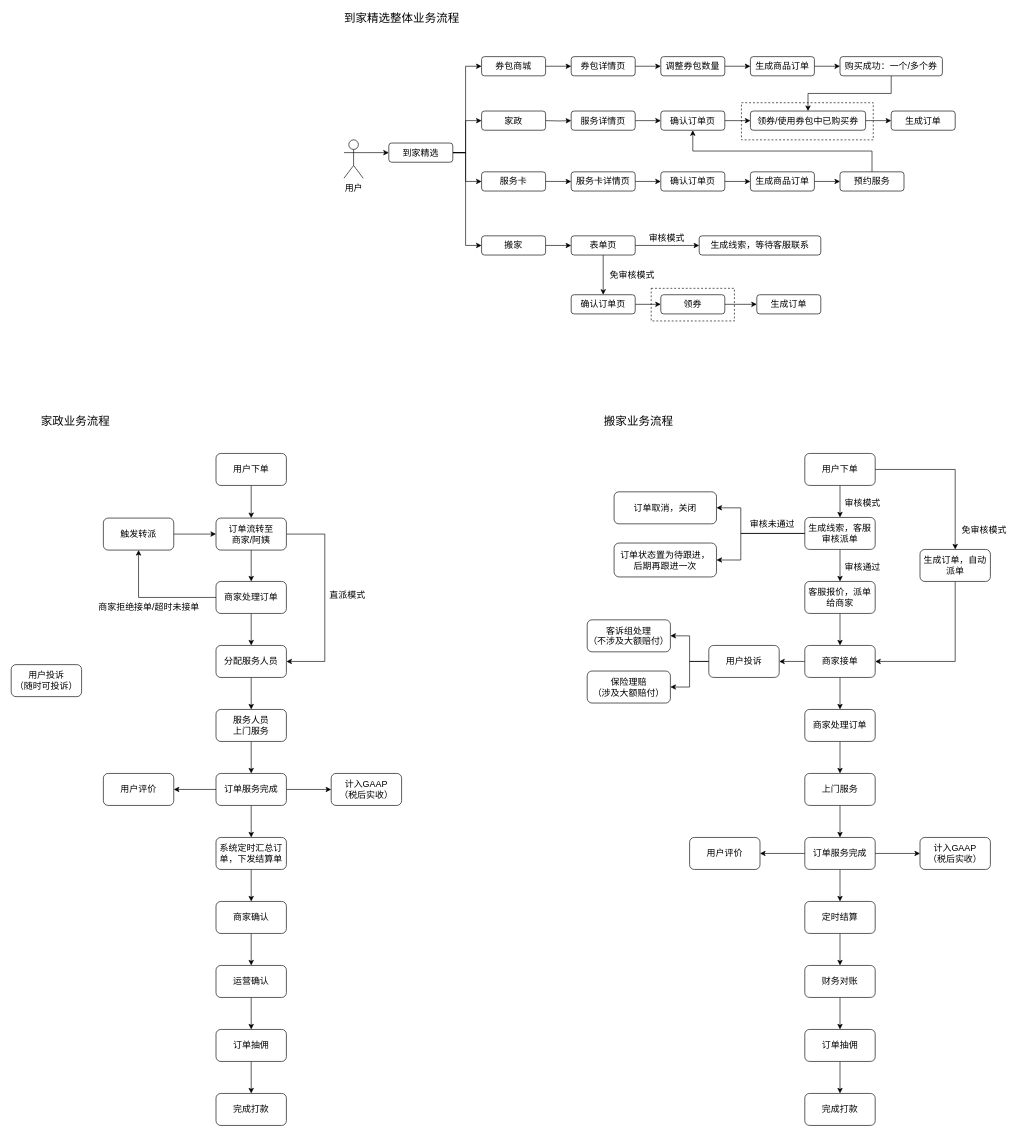
Earlier version of the draw.io diagram page "到家精选整体业务流程" (2 of 2) of Untitled Diagram.drawio (chihiro-qx/hello-world). Source tidied: cells renumbered, new cells numbered last; positions are measured from the earlier drawing's top-left corner, leaving out a move shared by most shapes. Both pictures are drawn from the tidied source at 64%, with x=0, y=0 at pixel (11, 12).
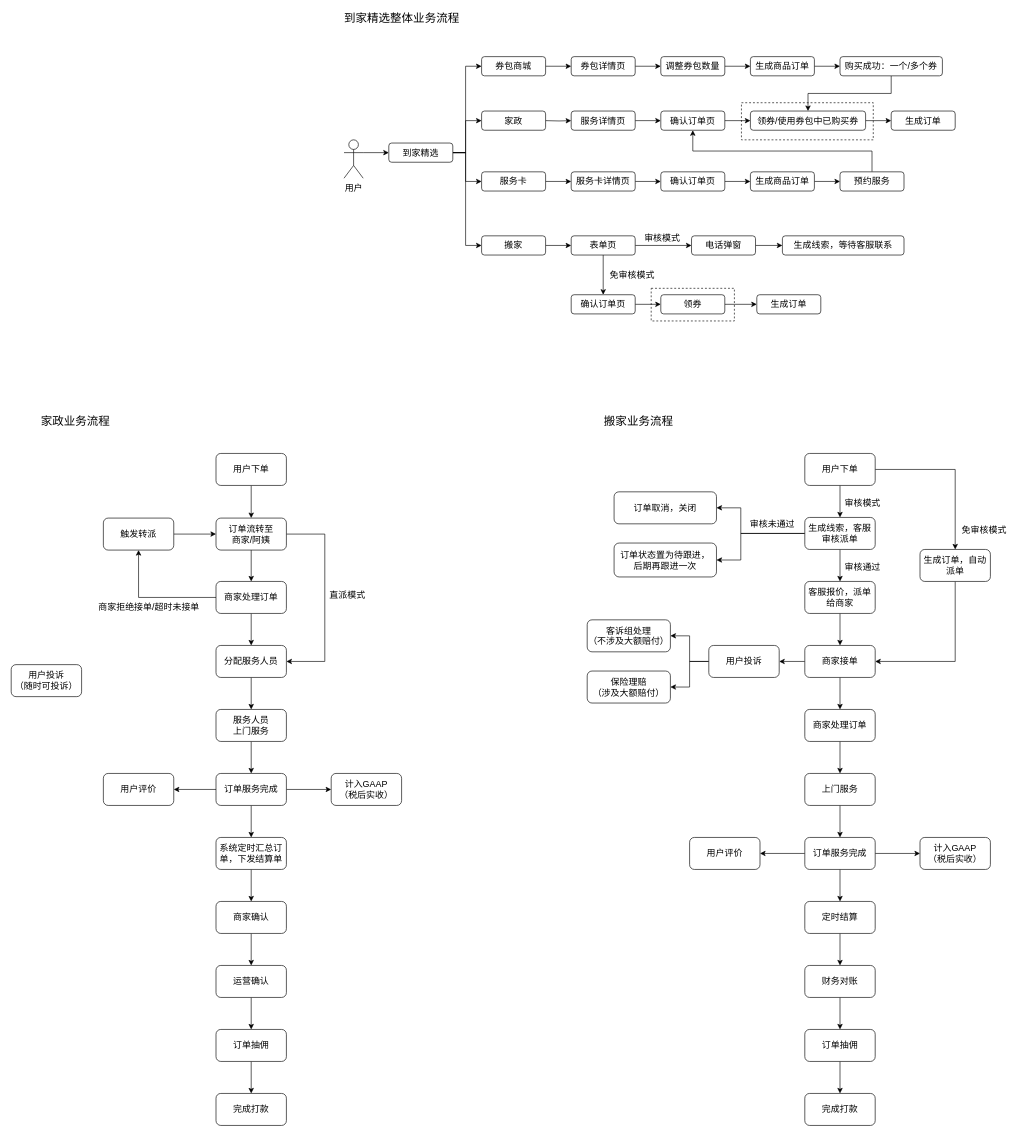
After the change.

The change refers to these unchanged cells:
```xml
<mxCell id="44" value="表单页" style="rounded=1;whiteSpace=wrap;html=1;fontSize=14;" parent="1" vertex="1">
  <mxGeometry x="875" y="350" width="100" height="30" as="geometry" />
</mxCell>
```

Change to the diagram source:
```diff
@@
-    <mxCell id="42" style="edgeStyle=orthogonalEdgeStyle;rounded=0;jettySize=auto;html=1;exitX=1;exitY=0.5;exitDx=0;exitDy=0;entryX=0;entryY=0.5;entryDx=0;entryDy=0;fontSize=14;" parent="1" edge="1" source="44" target="45">
-      <mxGeometry relative="1" as="geometry" />
-    </mxCell>
@@
+    <mxCell id="130" style="edgeStyle=orthogonalEdgeStyle;rounded=0;jettySize=auto;html=1;exitX=1;exitY=0.5;exitDx=0;exitDy=0;entryX=0;entryY=0.5;entryDx=0;entryDy=0;fontSize=14;startSize=6;endSize=6;" parent="1" edge="1" source="44" target="132">
+      <mxGeometry relative="1" as="geometry" />
+    </mxCell>
@@
     <mxCell id="45" value="生成线索，等待客服联系" style="rounded=1;whiteSpace=wrap;html=1;fontSize=14;" parent="1" vertex="1">
-      <mxGeometry x="1075" y="350" width="190" height="30" as="geometry" />
+      <mxGeometry x="1205" y="350" width="190" height="30" as="geometry" />
     </mxCell>
@@
     <mxCell id="51" value="审核模式" style="text;html=1;align=center;verticalAlign=middle;strokeColor=none;fillColor=none;fontSize=14;" parent="1" vertex="1">
-      <mxGeometry x="989" y="343" width="70" height="20" as="geometry" />
+      <mxGeometry x="982" y="343" width="70" height="20" as="geometry" />
     </mxCell>
@@
+    <mxCell id="131" style="edgeStyle=orthogonalEdgeStyle;rounded=0;jettySize=auto;html=1;exitX=1;exitY=0.5;exitDx=0;exitDy=0;entryX=0;entryY=0.5;entryDx=0;entryDy=0;fontSize=14;startSize=6;endSize=6;" parent="1" edge="1" source="132" target="45">
+      <mxGeometry relative="1" as="geometry" />
+    </mxCell>
+    <mxCell id="132" value="电话弹窗" style="rounded=1;whiteSpace=wrap;html=1;fontSize=14;" parent="1" vertex="1">
+      <mxGeometry x="1063" y="350" width="100" height="30" as="geometry" />
+    </mxCell>
```
